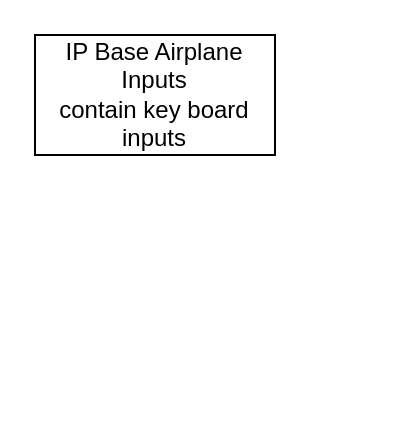
Before: IPs_Airplane.drawio in WagnerDavi/Airplane_Physics_Game, a draw.io diagram. Source tidied: cells renumbered, new cells numbered last; positions are measured from the earlier drawing's top-left corner, leaving out a move shared by most shapes. Both pictures are drawn from the tidied source at 200%, with x=0, y=0 at pixel (34, 34).
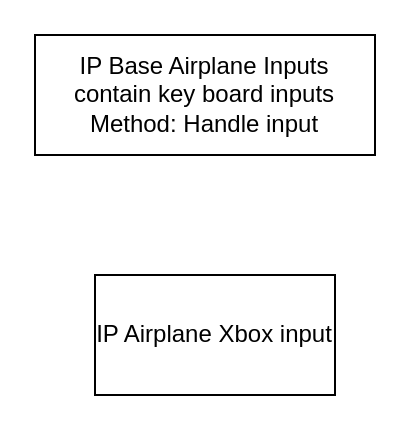
The same page after the edit.

What changed in the source:
```diff
@@
 <mxGraphModel>
   <root>
     <mxCell id="0" />
     <mxCell id="1" parent="0" />
-    <mxCell id="2" value="IP Base Airplane Inputs&lt;br&gt;contain key board inputs" style="rounded=0;whiteSpace=wrap;html=1;" parent="1" vertex="1">
-      <mxGeometry width="120" height="60" as="geometry" />
+    <mxCell id="2" value="IP Base Airplane Inputs&lt;br&gt;contain key board inputs&lt;br&gt;Method: Handle input&lt;br&gt;" style="rounded=0;whiteSpace=wrap;html=1;" parent="1" vertex="1">
+      <mxGeometry width="170" height="60" as="geometry" />
     </mxCell>
+    <mxCell id="3" value="IP Airplane Xbox input" style="rounded=0;whiteSpace=wrap;html=1;" parent="1" vertex="1">
+      <mxGeometry x="30" y="120" width="120" height="60" as="geometry" />
+    </mxCell>
   </root>
 </mxGraphModel>
```
